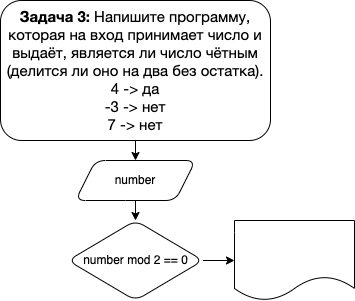
This is HomeWork01/Task03/diagram.drawio.png from belkst/CSharp, a draw.io export, as it was before one commit. Source tidied: cells renumbered, new cells last; positions are measured from the earlier drawing's top-left corner, leaving out a move shared by most shapes.
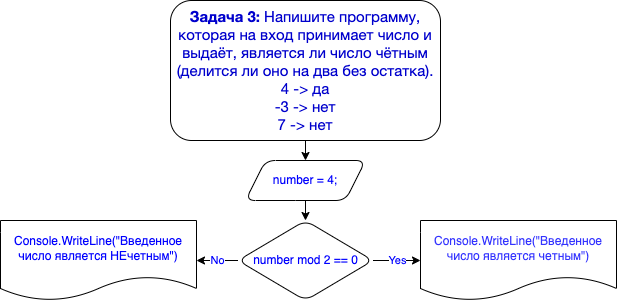
After the commit.

Commit message:
Скорректировал диаграмму в 3-й задаче по цветам, так как в гитхабе отображалась некорректно

The edit, as a diff of the source:
```diff
@@ -2,26 +2,32 @@
   <root>
     <mxCell id="0" />
     <mxCell id="1" parent="0" />
-    <mxCell id="2" style="edgeStyle=none;html=1;fontColor=#F0F0F0;" parent="1" edge="1" source="3" target="5">
+    <mxCell id="2" style="edgeStyle=none;html=1;fontColor=#0000FF;" parent="1" edge="1" source="3" target="5">
       <mxGeometry relative="1" as="geometry" />
     </mxCell>
-    <mxCell id="3" value="&lt;p style=&quot;box-sizing: border-box ; margin: 0px ; font-family: &amp;#34;roboto&amp;#34; , &amp;#34;san francisco&amp;#34; , &amp;#34;helvetica neue&amp;#34; , &amp;#34;helvetica&amp;#34; , &amp;#34;arial&amp;#34; ; font-size: 15px&quot;&gt;&lt;span style=&quot;box-sizing: border-box ; font-weight: 700&quot;&gt;Задача 3:&lt;/span&gt;&lt;span class=&quot;Apple-converted-space&quot;&gt;&amp;nbsp;&lt;/span&gt;Напишите программу, которая на вход принимает число и выдаёт, является ли число чётным (делится ли оно на два без остатка).&lt;/p&gt;&lt;p style=&quot;box-sizing: border-box ; margin: 0px ; font-family: &amp;#34;roboto&amp;#34; , &amp;#34;san francisco&amp;#34; , &amp;#34;helvetica neue&amp;#34; , &amp;#34;helvetica&amp;#34; , &amp;#34;arial&amp;#34; ; font-size: 15px&quot;&gt;4 -&amp;gt; да&lt;br style=&quot;box-sizing: border-box&quot;&gt;-3 -&amp;gt; нет&lt;br style=&quot;box-sizing: border-box&quot;&gt;7 -&amp;gt; нет&lt;/p&gt;" style="rounded=1;whiteSpace=wrap;html=1;" parent="1" vertex="1">
+    <mxCell id="3" value="&lt;p style=&quot;box-sizing: border-box ; margin: 0px ; font-family: &amp;quot;roboto&amp;quot; , &amp;quot;san francisco&amp;quot; , &amp;quot;helvetica neue&amp;quot; , &amp;quot;helvetica&amp;quot; , &amp;quot;arial&amp;quot; ; font-size: 15px&quot;&gt;&lt;span style=&quot;box-sizing: border-box ; font-weight: 700&quot;&gt;Задача 3:&lt;/span&gt;&lt;span class=&quot;Apple-converted-space&quot;&gt;&amp;nbsp;&lt;/span&gt;Напишите программу, которая на вход принимает число и выдаёт, является ли число чётным (делится ли оно на два без остатка).&lt;/p&gt;&lt;p style=&quot;box-sizing: border-box ; margin: 0px ; font-family: &amp;quot;roboto&amp;quot; , &amp;quot;san francisco&amp;quot; , &amp;quot;helvetica neue&amp;quot; , &amp;quot;helvetica&amp;quot; , &amp;quot;arial&amp;quot; ; font-size: 15px&quot;&gt;4 -&amp;gt; да&lt;br style=&quot;box-sizing: border-box&quot;&gt;-3 -&amp;gt; нет&lt;br style=&quot;box-sizing: border-box&quot;&gt;7 -&amp;gt; нет&lt;/p&gt;" style="rounded=1;whiteSpace=wrap;html=1;gradientColor=#ffffff;fontColor=#0000CC;" parent="1" vertex="1">
       <mxGeometry width="270" height="140" as="geometry" />
     </mxCell>
-    <mxCell id="4" style="edgeStyle=none;html=1;fontColor=#F0F0F0;" parent="1" edge="1" source="5" target="7">
+    <mxCell id="4" style="edgeStyle=none;html=1;fontColor=#0000FF;" parent="1" edge="1" source="5" target="7">
       <mxGeometry relative="1" as="geometry" />
     </mxCell>
-    <mxCell id="5" value="number" style="shape=parallelogram;perimeter=parallelogramPerimeter;whiteSpace=wrap;html=1;fixedSize=1;rounded=1;" parent="1" vertex="1">
+    <mxCell id="5" value="number = 4;" style="shape=parallelogram;perimeter=parallelogramPerimeter;whiteSpace=wrap;html=1;fixedSize=1;rounded=1;gradientColor=#ffffff;fontColor=#0000FF;" parent="1" vertex="1">
       <mxGeometry x="75" y="160" width="120" height="40" as="geometry" />
     </mxCell>
-    <mxCell id="6" style="edgeStyle=none;html=1;fontColor=#F0F0F0;" parent="1" edge="1" source="7" target="8">
+    <mxCell id="6" value="Yes" style="edgeStyle=none;html=1;fontColor=#0000FF;" parent="1" edge="1" source="7" target="8">
       <mxGeometry relative="1" as="geometry" />
     </mxCell>
+    <mxCell id="9" value="No" style="edgeStyle=none;html=1;fontColor=#0000FF;" parent="1" edge="1" source="7" target="10">
+      <mxGeometry relative="1" as="geometry" />
+    </mxCell>
-    <mxCell id="7" value="number mod 2 == 0" style="rhombus;whiteSpace=wrap;html=1;rounded=1;" parent="1" vertex="1">
+    <mxCell id="7" value="number mod 2 == 0" style="rhombus;whiteSpace=wrap;html=1;rounded=1;gradientColor=#ffffff;fontColor=#0000FF;" parent="1" vertex="1">
       <mxGeometry x="67.5" y="220" width="135" height="80" as="geometry" />
     </mxCell>
-    <mxCell id="8" style="shape=document;whiteSpace=wrap;html=1;boundedLbl=1;rounded=1;" parent="1" vertex="1">
-      <mxGeometry x="234" y="220" width="120" height="80" as="geometry" />
+    <mxCell id="8" value="Console.WriteLine(&quot;Введенное число является четным&quot;)" style="shape=document;whiteSpace=wrap;html=1;boundedLbl=1;rounded=1;gradientColor=#ffffff;fontColor=#3333FF;labelBackgroundColor=none;" parent="1" vertex="1">
+      <mxGeometry x="250" y="220" width="196" height="80" as="geometry" />
     </mxCell>
+    <mxCell id="10" value="Console.WriteLine(&quot;Введенное число является НЕчетным&quot;)" style="shape=document;whiteSpace=wrap;html=1;boundedLbl=1;rounded=1;gradientColor=#ffffff;fontColor=#0000FF;" parent="1" vertex="1">
+      <mxGeometry x="-170" y="220" width="196" height="80" as="geometry" />
+    </mxCell>
   </root>
 </mxGraphModel>
```
